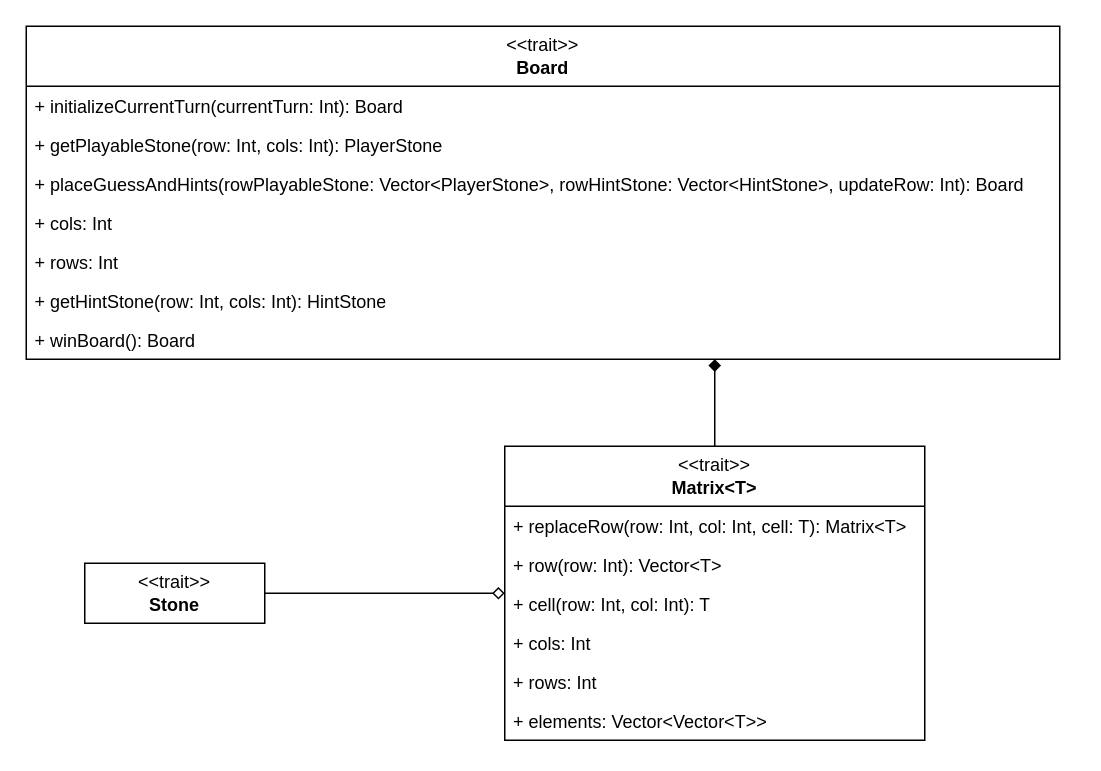
Totti00/PPS-22-mastermind keeps this draw.io diagram as page "board" (12 of 15) of mastermind.drawio. Above is the earlier version. Source tidied: cells renumbered, new cells numbered last; positions are measured from the earlier drawing's top-left corner, leaving out a move shared by most shapes. Both pictures are drawn from the tidied source at 150%, with x=0, y=0 at pixel (26, 26).
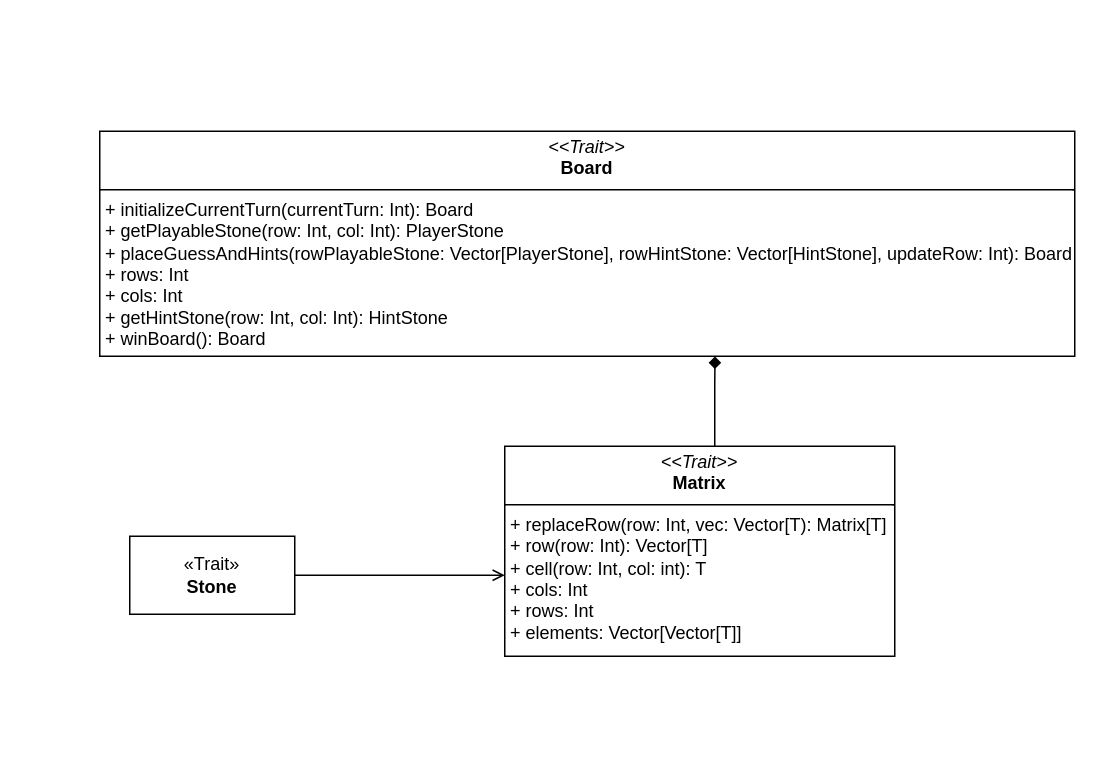
The same page after the edit.

What changed in the source:
```diff
@@
-    <mxCell id="2" value="&amp;lt;&amp;lt;trait&amp;gt;&amp;gt;&lt;div&gt;&lt;b&gt;Board&lt;/b&gt;&lt;/div&gt;" style="swimlane;fontStyle=0;horizontal=1;startSize=40;fillColor=none;whiteSpace=wrap;html=1;" parent="1" vertex="1">
-      <mxGeometry width="689" height="222" as="geometry" />
-    </mxCell>
-    <mxCell id="3" value="+ initializeCurrentTurn(currentTurn: Int): Board" style="text;strokeColor=none;fillColor=none;align=left;verticalAlign=top;spacingLeft=4;spacingRight=4;overflow=hidden;whiteSpace=wrap;html=1;" parent="2" vertex="1">
-      <mxGeometry y="40" width="689" height="26" as="geometry" />
-    </mxCell>
-    <mxCell id="4" value="+ getPlayableStone(row: Int, cols: Int): PlayerStone" style="text;strokeColor=none;fillColor=none;align=left;verticalAlign=top;spacingLeft=4;spacingRight=4;overflow=hidden;whiteSpace=wrap;html=1;" parent="2" vertex="1">
-      <mxGeometry y="66" width="689" height="26" as="geometry" />
-    </mxCell>
-    <mxCell id="5" value="+&amp;nbsp;&lt;span style=&quot;background-color: transparent;&quot;&gt;placeGuessAndHints(&lt;/span&gt;&lt;span style=&quot;background-color: transparent; color: light-dark(rgb(0, 0, 0), rgb(255, 255, 255));&quot;&gt;rowPlayableStone:&amp;nbsp;&lt;/span&gt;Vector&amp;lt;PlayerStone&amp;gt;&lt;span style=&quot;background-color: transparent; color: light-dark(rgb(0, 0, 0), rgb(255, 255, 255));&quot;&gt;,&amp;nbsp;&lt;/span&gt;&lt;span style=&quot;background-color: transparent; color: light-dark(rgb(0, 0, 0), rgb(255, 255, 255));&quot;&gt;rowHintStone:&amp;nbsp;&lt;/span&gt;Vector&amp;lt;HintStone&amp;gt;&lt;span style=&quot;background-color: transparent; color: light-dark(rgb(0, 0, 0), rgb(255, 255, 255));&quot;&gt;,&amp;nbsp;&lt;/span&gt;&lt;span style=&quot;background-color: transparent; color: light-dark(rgb(0, 0, 0), rgb(255, 255, 255));&quot;&gt;updateRow: Int&lt;/span&gt;&lt;span style=&quot;background-color: transparent; color: light-dark(rgb(0, 0, 0), rgb(255, 255, 255));&quot;&gt;): Board&lt;/span&gt;" style="text;strokeColor=none;fillColor=none;align=left;verticalAlign=top;spacingLeft=4;spacingRight=4;overflow=hidden;whiteSpace=wrap;html=1;" parent="2" vertex="1">
-      <mxGeometry y="92" width="689" height="26" as="geometry" />
-    </mxCell>
-    <mxCell id="6" value="+ cols: Int&lt;span style=&quot;white-space: pre;&quot;&gt;&#9;&lt;/span&gt;" style="text;strokeColor=none;fillColor=none;align=left;verticalAlign=top;spacingLeft=4;spacingRight=4;overflow=hidden;whiteSpace=wrap;html=1;" parent="2" vertex="1">
-      <mxGeometry y="118" width="689" height="26" as="geometry" />
-    </mxCell>
-    <mxCell id="7" value="+ rows: Int" style="text;strokeColor=none;fillColor=none;align=left;verticalAlign=top;spacingLeft=4;spacingRight=4;overflow=hidden;whiteSpace=wrap;html=1;" parent="2" vertex="1">
-      <mxGeometry y="144" width="689" height="26" as="geometry" />
-    </mxCell>
-    <mxCell id="8" value="+&amp;nbsp;getHintStone(row: Int, cols: Int): HintStone" style="text;strokeColor=none;fillColor=none;align=left;verticalAlign=top;spacingLeft=4;spacingRight=4;overflow=hidden;whiteSpace=wrap;html=1;" parent="2" vertex="1">
-      <mxGeometry y="170" width="689" height="26" as="geometry" />
-    </mxCell>
-    <mxCell id="9" value="+&amp;nbsp;winBoard(): Board" style="text;strokeColor=none;fillColor=none;align=left;verticalAlign=top;spacingLeft=4;spacingRight=4;overflow=hidden;whiteSpace=wrap;html=1;" parent="2" vertex="1">
-      <mxGeometry y="196" width="689" height="26" as="geometry" />
-    </mxCell>
-    <mxCell id="10" style="edgeStyle=orthogonalEdgeStyle;rounded=0;jettySize=auto;html=1;entryX=0;entryY=0.5;entryDx=0;entryDy=0;endArrow=diamond;endFill=0;" parent="1" edge="1" source="11" target="13">
-      <mxGeometry relative="1" as="geometry" />
-    </mxCell>
-    <mxCell id="11" value="&amp;lt;&amp;lt;trait&amp;gt;&amp;gt;&lt;div&gt;&lt;b&gt;Stone&lt;/b&gt;&lt;/div&gt;" style="rounded=0;whiteSpace=wrap;html=1;" parent="1" vertex="1">
-      <mxGeometry x="39" y="358" width="120" height="40" as="geometry" />
-    </mxCell>
-    <mxCell id="12" style="edgeStyle=orthogonalEdgeStyle;rounded=0;jettySize=auto;html=1;endArrow=diamond;endFill=1;" parent="1" edge="1" source="13" target="2">
+    <mxCell id="12" style="edgeStyle=orthogonalEdgeStyle;rounded=0;jettySize=auto;html=1;endArrow=diamond;endFill=1;entryX=0.631;entryY=1.001;entryDx=0;entryDy=0;entryPerimeter=0;" parent="1" edge="1" target="23">
       <mxGeometry relative="1" as="geometry">
+        <mxPoint x="459" y="280" as="sourcePoint" />
         <Array as="points">
           <mxPoint x="459" y="240" />
           <mxPoint x="459" y="240" />
         </Array>
       </mxGeometry>
     </mxCell>
-    <mxCell id="13" value="&amp;lt;&amp;lt;trait&amp;gt;&amp;gt;&lt;div&gt;&lt;b&gt;Matrix&amp;lt;T&amp;gt;&lt;/b&gt;&lt;/div&gt;" style="swimlane;fontStyle=0;horizontal=1;startSize=40;fillColor=none;whiteSpace=wrap;html=1;" parent="1" vertex="1">
-      <mxGeometry x="319" y="280" width="280" height="196" as="geometry" />
-    </mxCell>
-    <mxCell id="14" value="+ replaceRow(row: Int, col: Int, cell: T): Matrix&amp;lt;T&amp;gt;" style="text;strokeColor=none;fillColor=none;align=left;verticalAlign=top;spacingLeft=4;spacingRight=4;overflow=hidden;whiteSpace=wrap;html=1;" parent="13" vertex="1">
-      <mxGeometry y="40" width="280" height="26" as="geometry" />
-    </mxCell>
-    <mxCell id="15" value="+ row(row: Int): Vector&amp;lt;T&amp;gt;" style="text;strokeColor=none;fillColor=none;align=left;verticalAlign=top;spacingLeft=4;spacingRight=4;overflow=hidden;whiteSpace=wrap;html=1;" parent="13" vertex="1">
-      <mxGeometry y="66" width="280" height="26" as="geometry" />
-    </mxCell>
-    <mxCell id="16" value="+ cell(row: Int, col: Int): T" style="text;strokeColor=none;fillColor=none;align=left;verticalAlign=top;spacingLeft=4;spacingRight=4;overflow=hidden;whiteSpace=wrap;html=1;" parent="13" vertex="1">
-      <mxGeometry y="92" width="280" height="26" as="geometry" />
-    </mxCell>
-    <mxCell id="17" value="+ cols: Int&lt;span style=&quot;white-space: pre;&quot;&gt;&#9;&lt;/span&gt;" style="text;strokeColor=none;fillColor=none;align=left;verticalAlign=top;spacingLeft=4;spacingRight=4;overflow=hidden;whiteSpace=wrap;html=1;" parent="13" vertex="1">
-      <mxGeometry y="118" width="280" height="26" as="geometry" />
-    </mxCell>
-    <mxCell id="18" value="+ rows: Int" style="text;strokeColor=none;fillColor=none;align=left;verticalAlign=top;spacingLeft=4;spacingRight=4;overflow=hidden;whiteSpace=wrap;html=1;" parent="13" vertex="1">
-      <mxGeometry y="144" width="280" height="26" as="geometry" />
-    </mxCell>
-    <mxCell id="19" value="+ elements: Vector&amp;lt;Vector&amp;lt;T&amp;gt;&amp;gt;" style="text;strokeColor=none;fillColor=none;align=left;verticalAlign=top;spacingLeft=4;spacingRight=4;overflow=hidden;whiteSpace=wrap;html=1;" parent="13" vertex="1">
-      <mxGeometry y="170" width="280" height="26" as="geometry" />
-    </mxCell>
+    <mxCell id="20" value="«Trait»&lt;br&gt;&lt;b&gt;Stone&lt;/b&gt;" style="html=1;whiteSpace=wrap;" parent="1" vertex="1">
+      <mxGeometry x="69" y="340" width="110" height="52" as="geometry" />
+    </mxCell>
+    <mxCell id="21" style="edgeStyle=orthogonalEdgeStyle;rounded=0;jettySize=auto;html=1;exitX=1;exitY=0.5;exitDx=0;exitDy=0;endArrow=open;endFill=0;" parent="1" edge="1" source="20">
+      <mxGeometry relative="1" as="geometry">
+        <mxPoint x="319" y="366" as="targetPoint" />
+      </mxGeometry>
+    </mxCell>
+    <mxCell id="22" value="&lt;p style=&quot;margin:0px;margin-top:4px;text-align:center;&quot;&gt;&lt;i&gt;&amp;lt;&amp;lt;Trait&amp;gt;&amp;gt;&lt;/i&gt;&lt;br&gt;&lt;b&gt;Matrix&lt;/b&gt;&lt;/p&gt;&lt;hr size=&quot;1&quot; style=&quot;border-style:solid;&quot;&gt;&lt;p style=&quot;margin:0px;margin-left:4px;&quot;&gt;+ replaceRow(row: Int, vec: Vector[T): Matrix[T]&lt;/p&gt;&lt;p style=&quot;margin:0px;margin-left:4px;&quot;&gt;+ row(row: Int): Vector[T]&lt;/p&gt;&lt;p style=&quot;margin:0px;margin-left:4px;&quot;&gt;+ cell(row: Int, col: int): T&lt;/p&gt;&lt;p style=&quot;margin:0px;margin-left:4px;&quot;&gt;+ cols: Int&lt;/p&gt;&lt;p style=&quot;margin:0px;margin-left:4px;&quot;&gt;+ rows: Int&lt;/p&gt;&lt;p style=&quot;margin:0px;margin-left:4px;&quot;&gt;+ elements: Vector[Vector[T]]&lt;/p&gt;" style="verticalAlign=top;align=left;overflow=fill;html=1;whiteSpace=wrap;" parent="1" vertex="1">
+      <mxGeometry x="319" y="280" width="260" height="140" as="geometry" />
+    </mxCell>
+    <mxCell id="23" value="&lt;p style=&quot;margin:0px;margin-top:4px;text-align:center;&quot;&gt;&lt;i&gt;&amp;lt;&amp;lt;Trait&amp;gt;&amp;gt;&lt;/i&gt;&lt;br&gt;&lt;b&gt;Board&lt;/b&gt;&lt;/p&gt;&lt;hr size=&quot;1&quot; style=&quot;border-style:solid;&quot;&gt;&lt;p style=&quot;margin:0px;margin-left:4px;&quot;&gt;+ initializeCurrentTurn(currentTurn: Int): Board&lt;/p&gt;&lt;p style=&quot;margin:0px;margin-left:4px;&quot;&gt;+ getPlayableStone(row: Int, col: Int): PlayerStone&lt;/p&gt;&lt;p style=&quot;margin:0px;margin-left:4px;&quot;&gt;+ placeGuessAndHints(rowPlayableStone: Vector[PlayerStone], rowHintStone: Vector[HintStone], updateRow: Int): Board&lt;br&gt;&lt;/p&gt;&lt;p style=&quot;margin:0px;margin-left:4px;&quot;&gt;+&amp;nbsp;rows: Int&lt;/p&gt;&lt;p style=&quot;margin:0px;margin-left:4px;&quot;&gt;+ cols: Int&lt;/p&gt;&lt;p style=&quot;margin:0px;margin-left:4px;&quot;&gt;+ getHintStone(row: Int, col: Int): HintStone&lt;/p&gt;&lt;p style=&quot;margin:0px;margin-left:4px;&quot;&gt;+ winBoard(): Board&lt;/p&gt;" style="verticalAlign=top;align=left;overflow=fill;html=1;whiteSpace=wrap;" parent="1" vertex="1">
+      <mxGeometry x="49" y="70" width="650" height="150" as="geometry" />
+    </mxCell>
```
